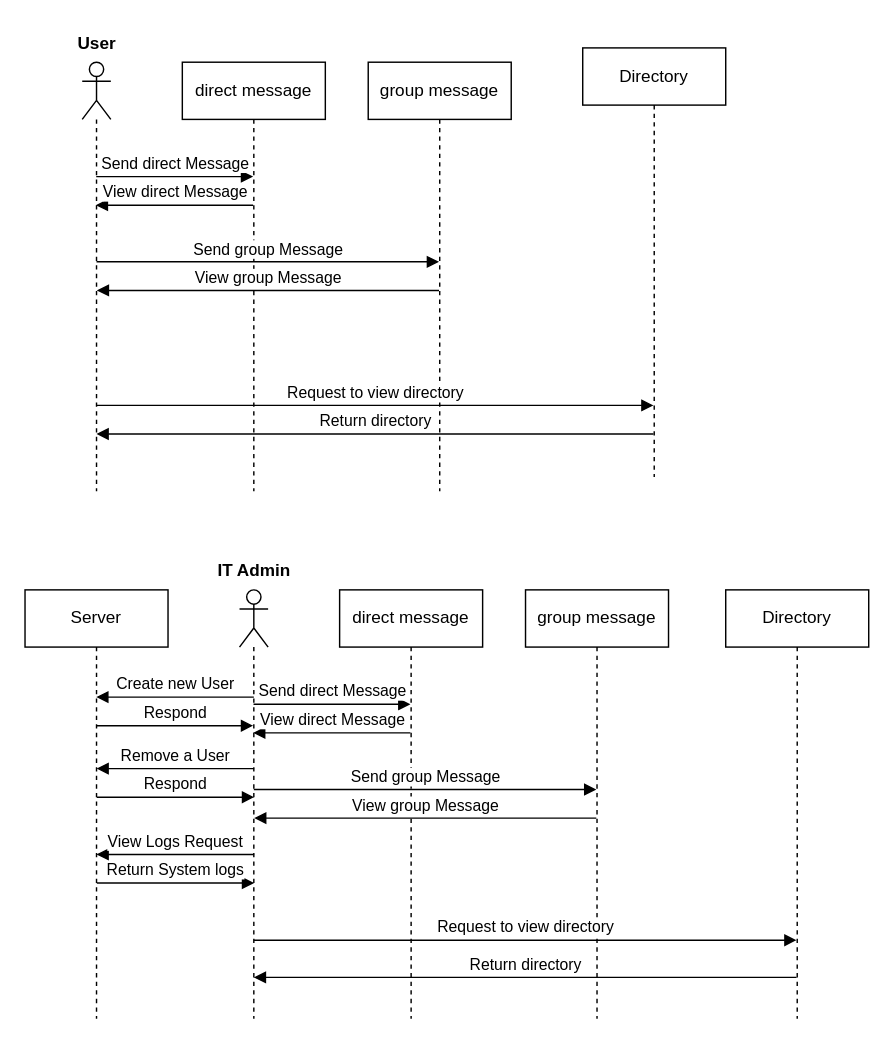
Derion12/CS401_Communication_Project_Sp24 keeps this draw.io diagram as page "Page-2" (2 of 3) of Use_Case_Diagram/Use_Case_Diagram.drawio. Above is the earlier version. Source tidied: cells renumbered, new cells numbered last; positions are measured from the earlier drawing's top-left corner, leaving out a move shared by most shapes. Both pictures are drawn from the tidied source at 143%, with x=0, y=0 at pixel (24, 24).
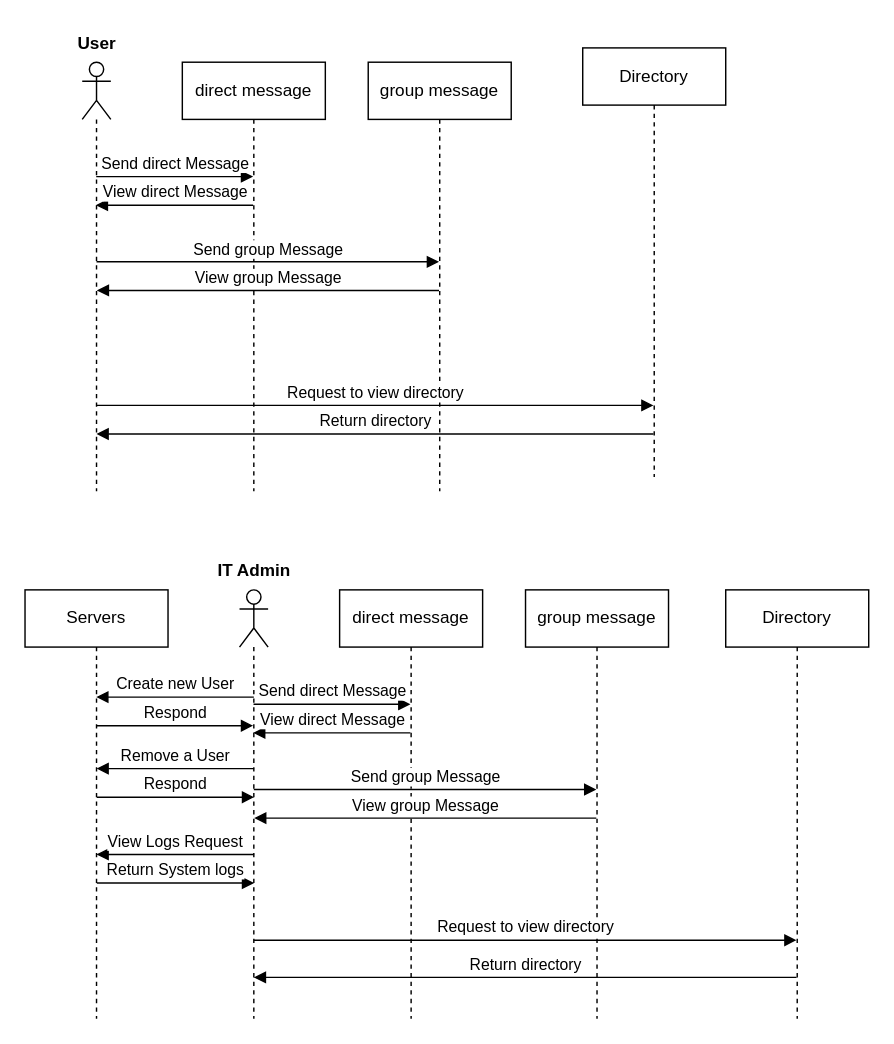
After the change.

The edit, as a diff of the source:
```diff
@@
-    <mxCell id="12" value="Server" style="shape=umlLifeline;perimeter=lifelinePerimeter;whiteSpace=wrap;html=1;newEdgeStyle={&quot;curved&quot;:0,&quot;rounded&quot;:0};" parent="1" vertex="1">
+    <mxCell id="12" value="Servers" style="shape=umlLifeline;perimeter=lifelinePerimeter;whiteSpace=wrap;html=1;newEdgeStyle={&quot;curved&quot;:0,&quot;rounded&quot;:0};" parent="1" vertex="1">
       <mxGeometry y="395" width="100" height="300" as="geometry" />
     </mxCell>
```
